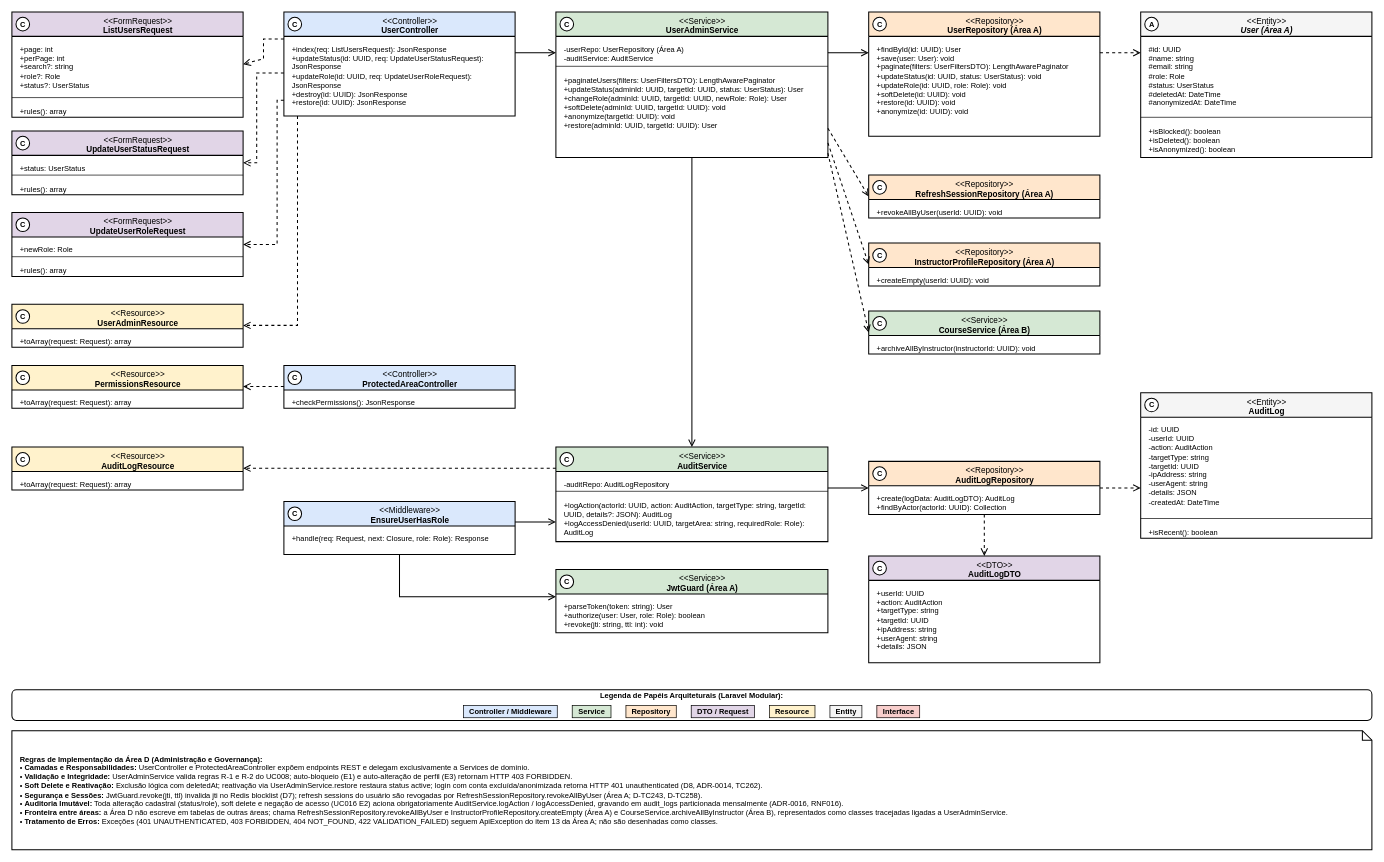
Plataforma-de-Cursos-TCC/plataforma-cursos-docs keeps this draw.io diagram as especificacao/diagramas/13-classes-area-d-implementacao-administracao.drawio. Above is the earlier version. Source tidied: cells renumbered, new cells numbered last; positions are measured from the earlier drawing's top-left corner, leaving out a move shared by most shapes. Both pictures are drawn from the tidied source at 68%, with x=0, y=0 at pixel (12, 12).
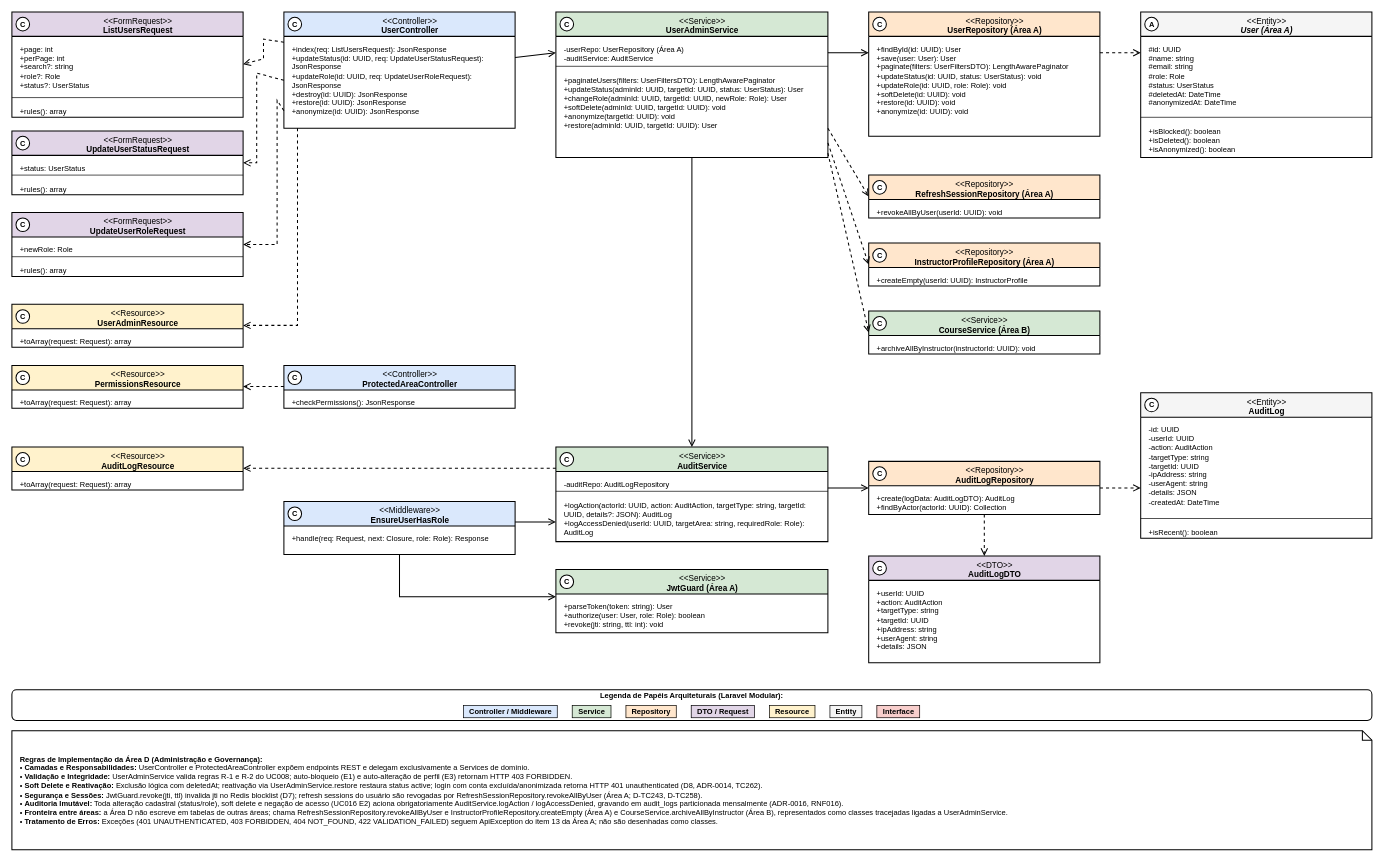
The same diagram, later.

Commit message (it also covers changes not shown here):
docs(diagrama-de-classes): add anonymize method to UserController and align repository returns

Add the anonymize(id: UUID): JsonResponse method to UserController to reflect the anonymization route, and update UserRepository.save and InstructorProfileRepository.createEmpty return types to align with Area A specification.

The change refers to these unchanged cells:
```xml
<mxCell id="36" value="&amp;lt;&amp;lt;Repository&amp;gt;&amp;gt;&lt;br&gt;&lt;b&gt;UserRepository (Área A)&lt;/b&gt;" style="swimlane;html=1;fontStyle=0;align=center;verticalAlign=top;startSize=36;fillColor=#FFE6CC;swimlaneFillColor=#FFFFFF;strokeColor=#000000;strokeWidth=1.5;fontFamily=Helvetica;fontSize=12;fontColor=#000000;rounded=0;spacingLeft=30;" parent="1" vertex="1">
  <mxGeometry x="1260" width="340" height="183" as="geometry" />
</mxCell>
<mxCell id="69" value="&amp;lt;&amp;lt;Repository&amp;gt;&amp;gt;&lt;br&gt;&lt;b&gt;InstructorProfileRepository (Área A)&lt;/b&gt;" style="swimlane;html=1;fontStyle=0;align=center;verticalAlign=top;startSize=36;fillColor=#FFE6CC;swimlaneFillColor=#FFFFFF;strokeColor=#000000;strokeWidth=1.5;fontFamily=Helvetica;fontSize=12;fontColor=#000000;rounded=0;dashed=1;dashPattern=8 8spacingLeft=30;" parent="1" vertex="1">
  <mxGeometry x="1260" y="340" width="340" height="63" as="geometry" />
</mxCell>
```

Change to the diagram source:
```diff
@@
     <mxCell id="16" value="&amp;lt;&amp;lt;Controller&amp;gt;&amp;gt;&lt;br&gt;&lt;b&gt;UserController&lt;/b&gt;" style="swimlane;html=1;fontStyle=0;align=center;verticalAlign=top;startSize=36;fillColor=#DAE8FC;swimlaneFillColor=#FFFFFF;strokeColor=#000000;strokeWidth=1.5;fontFamily=Helvetica;fontSize=12;fontColor=#000000;rounded=0;spacingLeft=30;" parent="1" vertex="1">
-      <mxGeometry x="400" width="340" height="153" as="geometry" />
+      <mxGeometry x="400" width="340" height="171" as="geometry" />
     </mxCell>
-    <mxCell id="17" value="+index(req: ListUsersRequest): JsonResponse&lt;br&gt;+updateStatus(id: UUID, req: UpdateUserStatusRequest): JsonResponse&lt;br&gt;+updateRole(id: UUID, req: UpdateUserRoleRequest): JsonResponse&lt;br&gt;+destroy(id: UUID): JsonResponse&lt;br&gt;+restore(id: UUID): JsonResponse" style="text;html=1;align=left;verticalAlign=top;spacingLeft=10;spacingRight=8;spacingTop=6;fontSize=11;fontFamily=Helvetica;fontColor=#000000;strokeColor=none;fillColor=none;whiteSpace=wrap;" parent="16" vertex="1">
-      <mxGeometry y="36" width="340" height="117" as="geometry" />
+    <mxCell id="17" value="+index(req: ListUsersRequest): JsonResponse&lt;br&gt;+updateStatus(id: UUID, req: UpdateUserStatusRequest): JsonResponse&lt;br&gt;+updateRole(id: UUID, req: UpdateUserRoleRequest): JsonResponse&lt;br&gt;+destroy(id: UUID): JsonResponse&lt;br&gt;+restore(id: UUID): JsonResponse&lt;br&gt;+anonymize(id: UUID): JsonResponse" style="text;html=1;align=left;verticalAlign=top;spacingLeft=10;spacingRight=8;spacingTop=6;fontSize=11;fontFamily=Helvetica;fontColor=#000000;strokeColor=none;fillColor=none;whiteSpace=wrap;" parent="16" vertex="1">
+      <mxGeometry y="36" width="340" height="135" as="geometry" />
     </mxCell>
@@
-    <mxCell id="37" value="+findById(id: UUID): User&lt;br&gt;+save(user: User): void&lt;br&gt;+paginate(filters: UserFiltersDTO): LengthAwarePaginator&lt;br&gt;+updateStatus(id: UUID, status: UserStatus): void&lt;br&gt;+updateRole(id: UUID, role: Role): void&lt;br&gt;+softDelete(id: UUID): void&lt;br&gt;+restore(id: UUID): void&lt;br&gt;+anonymize(id: UUID): void" style="text;html=1;align=left;verticalAlign=top;spacingLeft=10;spacingRight=8;spacingTop=6;fontSize=11;fontFamily=Helvetica;fontColor=#000000;strokeColor=none;fillColor=none;whiteSpace=wrap;" parent="36" vertex="1">
+    <mxCell id="37" value="+findById(id: UUID): User&lt;br&gt;+save(user: User): User&lt;br&gt;+paginate(filters: UserFiltersDTO): LengthAwarePaginator&lt;br&gt;+updateStatus(id: UUID, status: UserStatus): void&lt;br&gt;+updateRole(id: UUID, role: Role): void&lt;br&gt;+softDelete(id: UUID): void&lt;br&gt;+restore(id: UUID): void&lt;br&gt;+anonymize(id: UUID): void" style="text;html=1;align=left;verticalAlign=top;spacingLeft=10;spacingRight=8;spacingTop=6;fontSize=11;fontFamily=Helvetica;fontColor=#000000;strokeColor=none;fillColor=none;whiteSpace=wrap;" parent="36" vertex="1">
       <mxGeometry y="36" width="340" height="147" as="geometry" />
     </mxCell>
@@
-    <mxCell id="70" value="+createEmpty(userId: UUID): void" style="text;html=1;align=left;verticalAlign=top;spacingLeft=10;spacingRight=8;spacingTop=6;fontSize=11;fontFamily=Helvetica;fontColor=#000000;strokeColor=none;fillColor=none;whiteSpace=wrap;" parent="69" vertex="1">
+    <mxCell id="70" value="+createEmpty(userId: UUID): InstructorProfile" style="text;html=1;align=left;verticalAlign=top;spacingLeft=10;spacingRight=8;spacingTop=6;fontSize=11;fontFamily=Helvetica;fontColor=#000000;strokeColor=none;fillColor=none;whiteSpace=wrap;" parent="69" vertex="1">
       <mxGeometry y="36" width="340" height="27" as="geometry" />
     </mxCell>
```
